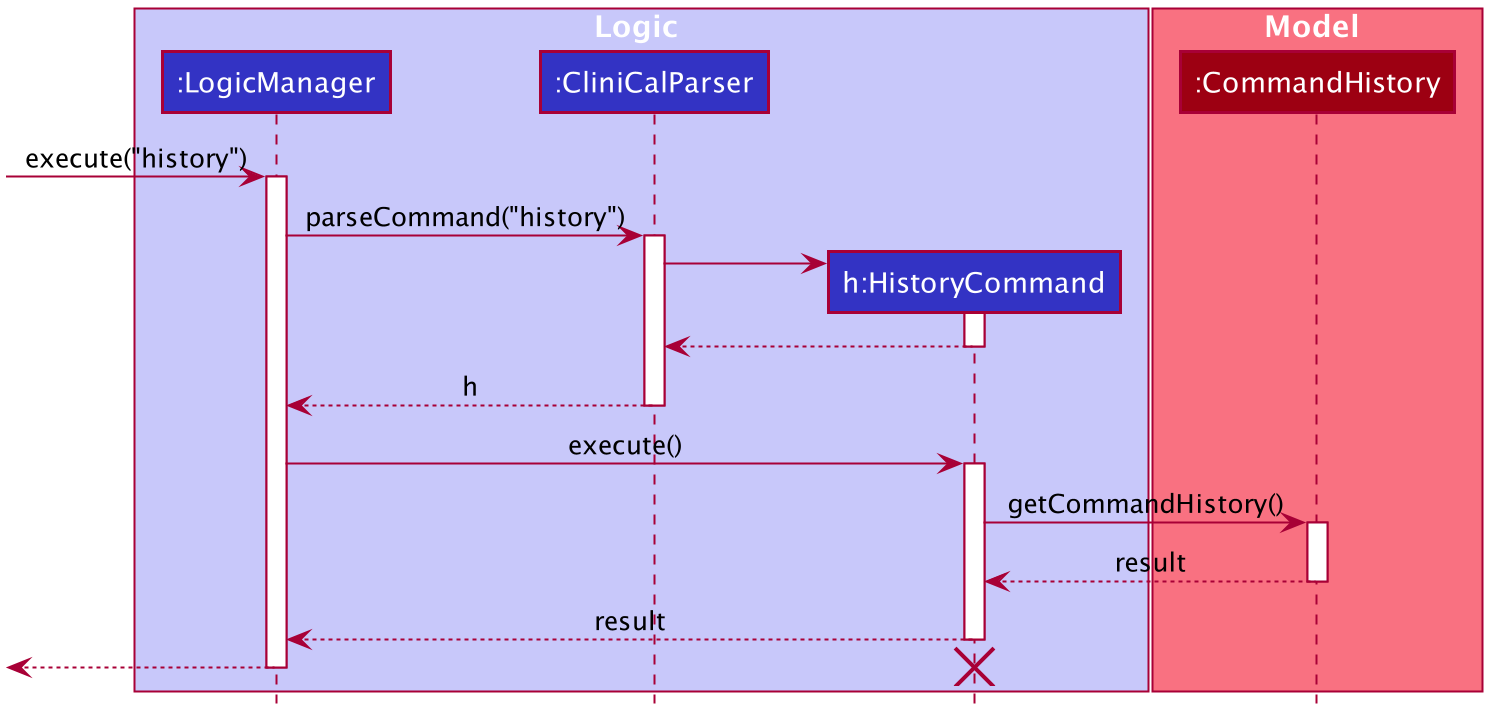
Above: docs/images/HistorySequenceDiagram.png in nus-cs2103-AY2021S1/tp (PlantUML), before the change.
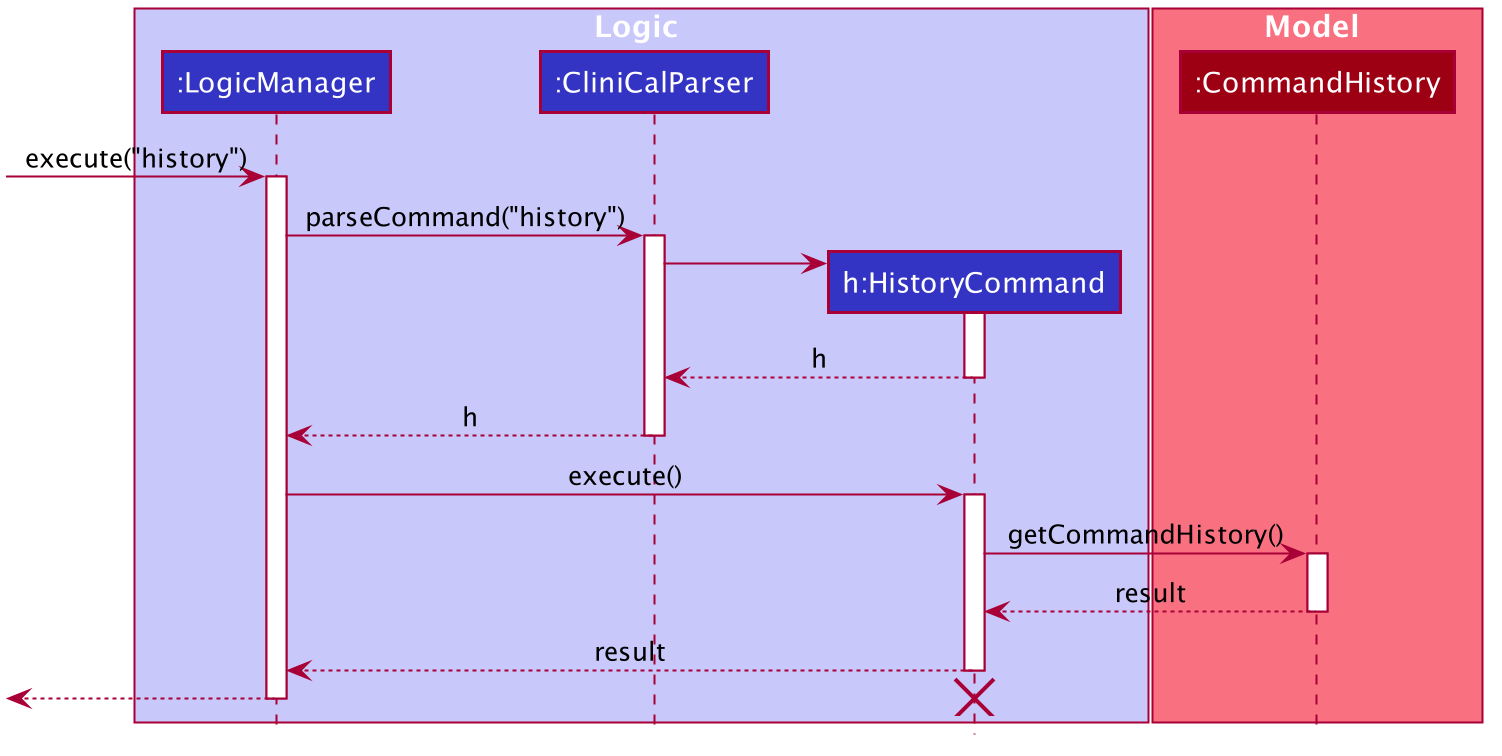
The same diagram one commit later.

Commit message:
Make minor changes to the diagrams

The edit, as a diff of the source:
```diff
@@ -68,7 +68,7 @@
 CliniCalParser -> HistoryCommand
 activate HistoryCommand
 
-HistoryCommand --> CliniCalParser
+HistoryCommand --> CliniCalParser : h
 deactivate HistoryCommand
 
 CliniCalParser --> LogicManager : h
```
